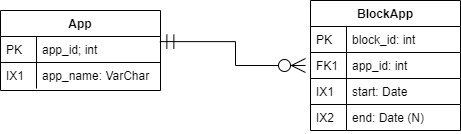
This is docs/erd.png from jsmith440/liquid-courage, a draw.io export, as it was before one commit. Source tidied: cells renumbered, new cells last; positions are measured from the earlier drawing's top-left corner, leaving out a move shared by most shapes.
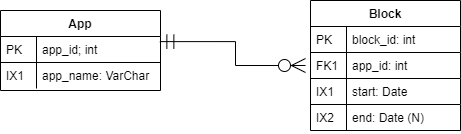
Above is the later version.

The edit, as a diff of the source:
```diff
@@ -20,7 +20,7 @@
     <mxCell id="7" style="edgeStyle=orthogonalEdgeStyle;rounded=0;jettySize=auto;html=1;entryX=0.996;entryY=0.197;entryDx=0;entryDy=0;entryPerimeter=0;endArrow=ERmandOne;endFill=0;endSize=12;startArrow=ERzeroToMany;startFill=1;startSize=12;shadow=0;" parent="1" edge="1" source="11" target="3">
       <mxGeometry relative="1" as="geometry" />
     </mxCell>
-    <mxCell id="8" value="BlockApp" style="swimlane;fontStyle=1;horizontal=1;startSize=26;rounded=0;shadow=0;strokeWidth=1;perimeterSpacing=0;backgroundOutline=0;verticalAlign=middle;comic=0;gradientColor=none;" parent="1" vertex="1">
+    <mxCell id="8" value="Block" style="swimlane;fontStyle=1;horizontal=1;startSize=26;rounded=0;shadow=0;strokeWidth=1;perimeterSpacing=0;backgroundOutline=0;verticalAlign=middle;comic=0;gradientColor=none;" parent="1" vertex="1">
       <mxGeometry x="310" width="150" height="130" as="geometry" />
     </mxCell>
     <mxCell id="9" value="block_id: int" style="shape=partialRectangle;top=1;left=1;right=1;bottom=1;align=left;verticalAlign=middle;fillColor=#ffffff;spacingLeft=40;spacingRight=4;overflow=hidden;rounded=0;shadow=0;strokeWidth=1;fontStyle=0;perimeterSpacing=5;backgroundOutline=0;comic=0;" parent="8" vertex="1">
```
